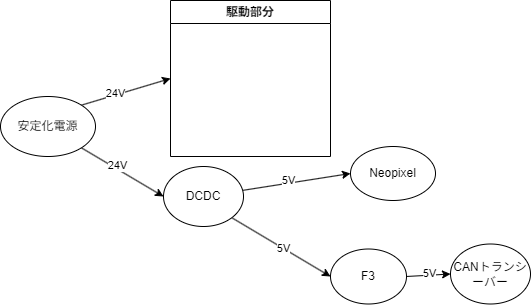
ladledaemon/UFO_Catcher_drawio keeps this draw.io diagram as MD_Power.drawio.png. Above is the earlier version. Source tidied: cells renumbered, new cells last; positions are measured from the earlier drawing's top-left corner, leaving out a move shared by most shapes.
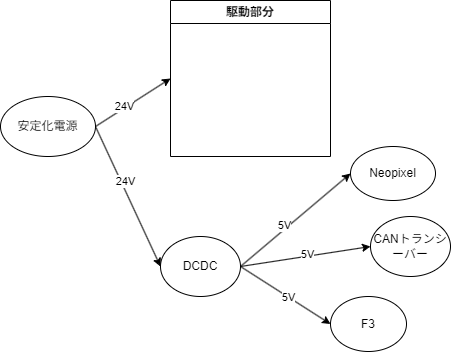
Above is the later version.

Commit message:
コントローラなど

What changed in the source:
```diff
@@ -2,37 +2,37 @@
   <root>
     <mxCell id="0" />
     <mxCell id="1" parent="0" />
-    <mxCell id="2" style="edgeStyle=none;html=1;exitX=1;exitY=0.5;exitDx=0;exitDy=0;entryX=0;entryY=0.5;entryDx=0;entryDy=0;" parent="1" edge="1" source="4" target="6">
+    <mxCell id="2" style="edgeStyle=none;html=1;entryX=0;entryY=0.5;entryDx=0;entryDy=0;exitX=1;exitY=0.5;exitDx=0;exitDy=0;" parent="1" edge="1" source="11" target="6">
       <mxGeometry relative="1" as="geometry" />
     </mxCell>
     <mxCell id="3" value="5V" style="edgeLabel;html=1;align=center;verticalAlign=middle;" parent="2" vertex="1">
       <mxGeometry x="0.03" y="2" relative="1" as="geometry" />
     </mxCell>
     <mxCell id="4" value="F3" style="ellipse;whiteSpace=wrap;html=1;" parent="1" vertex="1">
-      <mxGeometry x="330" y="248.5" width="76" height="55" as="geometry" />
+      <mxGeometry x="330" y="296" width="76" height="55" as="geometry" />
     </mxCell>
     <mxCell id="5" value="Neopixel" style="ellipse;whiteSpace=wrap;html=1;" parent="1" vertex="1">
       <mxGeometry x="350" y="146" width="85" height="54" as="geometry" />
     </mxCell>
     <mxCell id="6" value="CANトランシーバー" style="ellipse;whiteSpace=wrap;html=1;" parent="1" vertex="1">
-      <mxGeometry x="450" y="243.5" width="80" height="60" as="geometry" />
+      <mxGeometry x="370" y="216" width="80" height="60" as="geometry" />
     </mxCell>
-    <mxCell id="7" style="edgeStyle=none;html=1;entryX=0;entryY=0.5;entryDx=0;entryDy=0;" parent="1" edge="1" source="11" target="5">
+    <mxCell id="7" style="edgeStyle=none;html=1;entryX=0;entryY=0.5;entryDx=0;entryDy=0;exitX=1;exitY=0.5;exitDx=0;exitDy=0;" parent="1" edge="1" source="11" target="5">
       <mxGeometry relative="1" as="geometry" />
     </mxCell>
     <mxCell id="8" value="5V" style="edgeLabel;html=1;align=center;verticalAlign=middle;" parent="7" vertex="1">
       <mxGeometry x="-0.17" y="3" relative="1" as="geometry" />
     </mxCell>
-    <mxCell id="9" style="edgeStyle=none;html=1;exitX=1;exitY=1;exitDx=0;exitDy=0;entryX=0;entryY=0.5;entryDx=0;entryDy=0;" parent="1" edge="1" source="11" target="4">
+    <mxCell id="9" style="edgeStyle=none;html=1;exitX=1;exitY=0.5;exitDx=0;exitDy=0;entryX=0;entryY=0.5;entryDx=0;entryDy=0;" parent="1" edge="1" source="11" target="4">
       <mxGeometry relative="1" as="geometry" />
     </mxCell>
     <mxCell id="10" value="5V" style="edgeLabel;html=1;align=center;verticalAlign=middle;" parent="9" vertex="1">
       <mxGeometry x="0.04" relative="1" as="geometry" />
     </mxCell>
     <mxCell id="11" value="DCDC" style="ellipse;whiteSpace=wrap;html=1;" parent="1" vertex="1">
-      <mxGeometry x="163" y="166" width="80" height="60" as="geometry" />
+      <mxGeometry x="160" y="236" width="80" height="60" as="geometry" />
     </mxCell>
-    <mxCell id="12" style="edgeStyle=none;html=1;exitX=1;exitY=1;exitDx=0;exitDy=0;entryX=0;entryY=0.5;entryDx=0;entryDy=0;" parent="1" edge="1" source="16" target="11">
+    <mxCell id="12" style="edgeStyle=none;html=1;exitX=1;exitY=0.5;exitDx=0;exitDy=0;entryX=0;entryY=0.5;entryDx=0;entryDy=0;" parent="1" edge="1" source="16" target="11">
       <mxGeometry relative="1" as="geometry" />
     </mxCell>
     <mxCell id="13" value="24V" style="edgeLabel;html=1;align=center;verticalAlign=middle;" parent="12" vertex="1">
@@ -40,7 +40,7 @@
         <mxPoint x="1" as="offset" />
       </mxGeometry>
     </mxCell>
-    <mxCell id="14" style="edgeStyle=none;html=1;exitX=1;exitY=0;exitDx=0;exitDy=0;entryX=0;entryY=0.5;entryDx=0;entryDy=0;" parent="1" edge="1" source="16" target="17">
+    <mxCell id="14" style="edgeStyle=none;html=1;exitX=1;exitY=0.5;exitDx=0;exitDy=0;entryX=0;entryY=0.5;entryDx=0;entryDy=0;" parent="1" edge="1" source="16" target="17">
       <mxGeometry relative="1" as="geometry" />
     </mxCell>
     <mxCell id="15" value="24V" style="edgeLabel;html=1;align=center;verticalAlign=middle;" parent="14" vertex="1">
```
